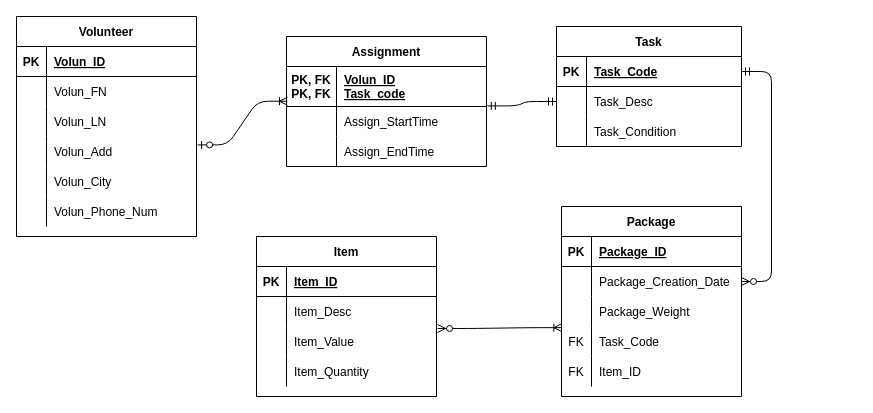
The draw.io diagram Untitled Diagram.drawio in Tracey1217/Database-ERD-Team-Project, before the edit. Source tidied: cells renumbered, new cells numbered last; positions are measured from the earlier drawing's top-left corner, leaving out a move shared by most shapes. Both pictures are drawn from the tidied source at 100%, with x=0, y=0 at pixel (16, 16).
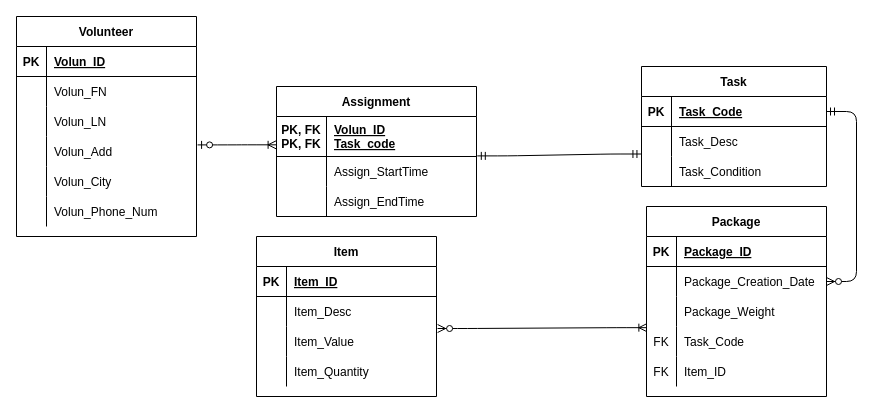
The same diagram, later.

The change refers to these unchanged cells:
```xml
<mxCell id="12" style="shape=partialRectangle;fillColor=none;top=0;left=0;bottom=0;right=0;points=[[0,0.5],[1,0.5]];portConstraint=eastwest;" parent="2" vertex="1">
  <mxGeometry y="120" width="180" height="30" as="geometry" />
</mxCell>
<mxCell id="25" style="shape=partialRectangle;fillColor=none;top=0;left=0;bottom=0;right=0;points=[[0,0.5],[1,0.5]];portConstraint=eastwest;" parent="21" vertex="1">
  <mxGeometry y="60" width="185" height="30" as="geometry" />
</mxCell>
<mxCell id="62" style="shape=partialRectangle;fillColor=none;top=0;left=0;bottom=1;right=0;points=[[0,0.5],[1,0.5]];portConstraint=eastwest;" parent="61" vertex="1">
  <mxGeometry y="30" width="200" height="40" as="geometry" />
</mxCell>
```

Change to the diagram source:
```diff
@@
     <mxCell id="21" value="Task" style="shape=table;startSize=30;childLayout=tableLayout;rowLines=0;fontStyle=1;align=center;strokeColor=#000000;" parent="1" vertex="1">
-      <mxGeometry x="540" y="10" width="185" height="120" as="geometry" />
+      <mxGeometry x="625" y="50" width="185" height="120" as="geometry" />
     </mxCell>
@@
     <mxCell id="31" value="Package" style="shape=table;startSize=30;childLayout=tableLayout;rowLines=0;fontStyle=1;align=center;strokeColor=#000000;" parent="1" vertex="1">
-      <mxGeometry x="545" y="190" width="180" height="190" as="geometry" />
+      <mxGeometry x="630" y="190" width="180" height="190" as="geometry" />
     </mxCell>
@@
     <mxCell id="61" value="Assignment" style="shape=table;startSize=30;childLayout=tableLayout;rowLines=0;fontStyle=1;align=center;" parent="1" vertex="1">
-      <mxGeometry x="270" y="20" width="200" height="130" as="geometry" />
+      <mxGeometry x="260" y="70" width="200" height="130" as="geometry" />
     </mxCell>
@@
-    <mxCell id="71" style="edgeStyle=entityRelationEdgeStyle;fontSize=12;html=1;endArrow=ERoneToMany;startArrow=ERzeroToOne;exitX=1.006;exitY=0.28;exitDx=0;exitDy=0;exitPerimeter=0;entryX=0.005;entryY=0.868;entryDx=0;entryDy=0;entryPerimeter=0;" parent="1" edge="1" source="12" target="62">
+    <mxCell id="71" style="edgeStyle=entityRelationEdgeStyle;fontSize=12;html=1;endArrow=ERoneToMany;startArrow=ERzeroToOne;exitX=1.006;exitY=0.28;exitDx=0;exitDy=0;exitPerimeter=0;entryX=-0.002;entryY=0.708;entryDx=0;entryDy=0;entryPerimeter=0;" parent="1" edge="1" source="12" target="62">
       <mxGeometry relative="1" as="geometry" />
     </mxCell>
-    <mxCell id="72" style="edgeStyle=entityRelationEdgeStyle;fontSize=12;html=1;endArrow=ERmandOne;startArrow=ERmandOne;entryX=0;entryY=0.5;entryDx=0;entryDy=0;exitX=1.004;exitY=0.985;exitDx=0;exitDy=0;exitPerimeter=0;" parent="1" edge="1" source="62" target="25">
+    <mxCell id="72" style="edgeStyle=entityRelationEdgeStyle;fontSize=12;html=1;endArrow=ERmandOne;startArrow=ERmandOne;exitX=1.004;exitY=0.985;exitDx=0;exitDy=0;exitPerimeter=0;entryX=-0.003;entryY=0.917;entryDx=0;entryDy=0;entryPerimeter=0;" parent="1" edge="1" source="62" target="25">
       <mxGeometry relative="1" as="geometry" />
     </mxCell>
```
